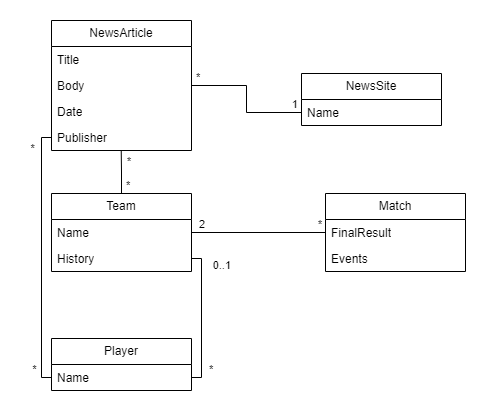
The draw.io diagram docs/model.png in afs202005277/Football-News-Search, before a commit. Source tidied: cells renumbered, new cells last; positions are measured from the earlier drawing's top-left corner, leaving out a move shared by most shapes.
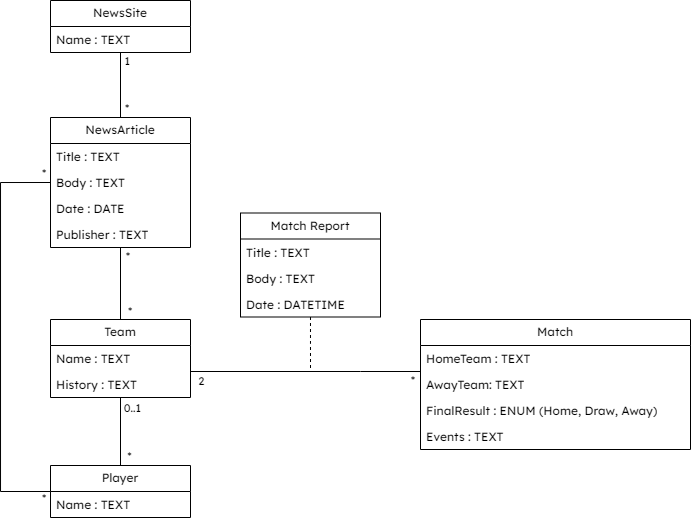
The same diagram one commit later.

Commit message:
Domain model and Pipeline fix

The edit, as a diff of the source:
```diff
@@ -2,105 +2,128 @@
   <root>
     <mxCell id="0" />
     <mxCell id="1" parent="0" />
-    <mxCell id="2" value="NewsSite" style="swimlane;fontStyle=0;horizontal=1;startSize=26;fillColor=none;whiteSpace=wrap;html=1;" parent="1" vertex="1">
-      <mxGeometry x="250" y="53" width="140" height="52" as="geometry" />
+    <mxCell id="2" value="NewsSite" style="swimlane;fontStyle=0;horizontal=1;startSize=26;fillColor=none;whiteSpace=wrap;html=1;fontFamily=Lexend;fontSource=https%3A%2F%2Ffonts.googleapis.com%2Fcss%3Ffamily%3DLexend;" parent="1" vertex="1">
+      <mxGeometry x="-40" y="-117" width="140" height="52" as="geometry" />
     </mxCell>
-    <mxCell id="3" value="Name" style="text;strokeColor=none;fillColor=none;align=left;verticalAlign=top;spacingLeft=4;spacingRight=4;overflow=hidden;points=[[0,0.5],[1,0.5]];portConstraint=eastwest;whiteSpace=wrap;html=1;" parent="2" vertex="1">
+    <mxCell id="3" value="Name : TEXT" style="text;strokeColor=none;fillColor=none;align=left;verticalAlign=top;spacingLeft=4;spacingRight=4;overflow=hidden;points=[[0,0.5],[1,0.5]];portConstraint=eastwest;whiteSpace=wrap;html=1;fontFamily=Lexend;fontSource=https%3A%2F%2Ffonts.googleapis.com%2Fcss%3Ffamily%3DLexend;" parent="2" vertex="1">
       <mxGeometry y="26" width="140" height="26" as="geometry" />
     </mxCell>
+    <mxCell id="32" style="edgeStyle=orthogonalEdgeStyle;rounded=0;jettySize=auto;html=1;entryX=0.5;entryY=1;entryDx=0;entryDy=0;endArrow=none;endFill=0;" parent="1" edge="1" source="4" target="2">
+      <mxGeometry relative="1" as="geometry" />
+    </mxCell>
+    <mxCell id="33" style="edgeStyle=orthogonalEdgeStyle;rounded=0;jettySize=auto;html=1;entryX=0.5;entryY=0;entryDx=0;entryDy=0;endArrow=none;endFill=0;" parent="1" edge="1" source="4" target="12">
+      <mxGeometry relative="1" as="geometry" />
+    </mxCell>
-    <mxCell id="4" value="NewsArticle" style="swimlane;fontStyle=0;horizontal=1;startSize=26;fillColor=none;whiteSpace=wrap;html=1;" parent="1" vertex="1">
-      <mxGeometry width="140" height="130" as="geometry" />
+    <mxCell id="4" value="NewsArticle" style="swimlane;fontStyle=0;horizontal=1;startSize=26;fillColor=none;whiteSpace=wrap;html=1;fontFamily=Lexend;fontSource=https%3A%2F%2Ffonts.googleapis.com%2Fcss%3Ffamily%3DLexend;" parent="1" vertex="1">
+      <mxGeometry x="-40" width="140" height="130" as="geometry" />
     </mxCell>
-    <mxCell id="5" value="Title" style="text;align=left;verticalAlign=top;spacingLeft=4;spacingRight=4;overflow=hidden;whiteSpace=wrap;html=1;fillColor=none;" parent="4" vertex="1">
+    <mxCell id="5" value="Title : TEXT" style="text;align=left;verticalAlign=top;spacingLeft=4;spacingRight=4;overflow=hidden;whiteSpace=wrap;html=1;fillColor=none;fontFamily=Lexend;fontSource=https%3A%2F%2Ffonts.googleapis.com%2Fcss%3Ffamily%3DLexend;" parent="4" vertex="1">
       <mxGeometry y="26" width="140" height="26" as="geometry" />
     </mxCell>
-    <mxCell id="6" value="Body" style="text;strokeColor=none;fillColor=none;align=left;verticalAlign=top;spacingLeft=4;spacingRight=4;overflow=hidden;points=[[0,0.5],[1,0.5]];portConstraint=eastwest;whiteSpace=wrap;html=1;" parent="4" vertex="1">
+    <mxCell id="6" value="Body : TEXT" style="text;strokeColor=none;fillColor=none;align=left;verticalAlign=top;spacingLeft=4;spacingRight=4;overflow=hidden;points=[[0,0.5],[1,0.5]];portConstraint=eastwest;whiteSpace=wrap;html=1;fontFamily=Lexend;fontSource=https%3A%2F%2Ffonts.googleapis.com%2Fcss%3Ffamily%3DLexend;" parent="4" vertex="1">
       <mxGeometry y="52" width="140" height="26" as="geometry" />
     </mxCell>
-    <mxCell id="7" value="Date" style="text;strokeColor=none;fillColor=none;align=left;verticalAlign=top;spacingLeft=4;spacingRight=4;overflow=hidden;whiteSpace=wrap;html=1;" parent="4" vertex="1">
+    <mxCell id="7" value="Date : DATE" style="text;strokeColor=none;fillColor=none;align=left;verticalAlign=top;spacingLeft=4;spacingRight=4;overflow=hidden;whiteSpace=wrap;html=1;fontFamily=Lexend;fontSource=https%3A%2F%2Ffonts.googleapis.com%2Fcss%3Ffamily%3DLexend;" parent="4" vertex="1">
       <mxGeometry y="78" width="140" height="26" as="geometry" />
     </mxCell>
-    <mxCell id="8" value="Publisher" style="text;strokeColor=none;fillColor=none;align=left;verticalAlign=top;spacingLeft=4;spacingRight=4;overflow=hidden;points=[[0,0.5],[1,0.5]];portConstraint=eastwest;whiteSpace=wrap;html=1;" parent="4" vertex="1">
+    <mxCell id="8" value="Publisher : TEXT" style="text;strokeColor=none;fillColor=none;align=left;verticalAlign=top;spacingLeft=4;spacingRight=4;overflow=hidden;points=[[0,0.5],[1,0.5]];portConstraint=eastwest;whiteSpace=wrap;html=1;fontFamily=Lexend;fontSource=https%3A%2F%2Ffonts.googleapis.com%2Fcss%3Ffamily%3DLexend;" parent="4" vertex="1">
       <mxGeometry y="104" width="140" height="26" as="geometry" />
     </mxCell>
-    <mxCell id="9" style="endArrow=none;html=1;edgeStyle=orthogonalEdgeStyle;rounded=0;exitX=1;exitY=0.5;exitDx=0;exitDy=0;entryX=0;entryY=0.5;entryDx=0;entryDy=0;" parent="1" edge="1" source="6" target="3">
-      <mxGeometry relative="1" as="geometry" />
-    </mxCell>
-    <mxCell id="10" value="&amp;nbsp;*" style="edgeLabel;html=1;align=left;verticalAlign=bottom;" parent="9" vertex="1">
-      <mxGeometry x="-1" relative="1" as="geometry" />
-    </mxCell>
-    <mxCell id="11" value="1&amp;nbsp;" style="edgeLabel;html=1;align=right;verticalAlign=bottom;" parent="9" vertex="1">
-      <mxGeometry x="1" relative="1" as="geometry" />
-    </mxCell>
+    <mxCell id="34" style="edgeStyle=orthogonalEdgeStyle;rounded=0;jettySize=auto;html=1;entryX=0.5;entryY=0;entryDx=0;entryDy=0;endArrow=none;endFill=0;" parent="1" edge="1" source="12" target="21">
+      <mxGeometry relative="1" as="geometry" />
+    </mxCell>
+    <mxCell id="35" style="edgeStyle=orthogonalEdgeStyle;rounded=0;jettySize=auto;html=1;endArrow=none;endFill=0;" parent="1" edge="1" source="12" target="15">
+      <mxGeometry relative="1" as="geometry">
+        <Array as="points">
+          <mxPoint x="270" y="254" />
+          <mxPoint x="270" y="254" />
+        </Array>
+      </mxGeometry>
+    </mxCell>
-    <mxCell id="12" value="Team" style="swimlane;fontStyle=0;horizontal=1;startSize=26;fillColor=none;whiteSpace=wrap;html=1;" parent="1" vertex="1">
-      <mxGeometry y="173" width="140" height="78" as="geometry" />
+    <mxCell id="12" value="Team" style="swimlane;fontStyle=0;horizontal=1;startSize=26;fillColor=none;whiteSpace=wrap;html=1;fontFamily=Lexend;fontSource=https%3A%2F%2Ffonts.googleapis.com%2Fcss%3Ffamily%3DLexend;" parent="1" vertex="1">
+      <mxGeometry x="-40" y="202" width="140" height="78" as="geometry" />
     </mxCell>
-    <mxCell id="13" value="Name" style="text;strokeColor=none;fillColor=none;align=left;verticalAlign=top;spacingLeft=4;spacingRight=4;overflow=hidden;points=[[0,0.5],[1,0.5]];portConstraint=eastwest;whiteSpace=wrap;html=1;" parent="12" vertex="1">
+    <mxCell id="13" value="Name : TEXT" style="text;strokeColor=none;fillColor=none;align=left;verticalAlign=top;spacingLeft=4;spacingRight=4;overflow=hidden;points=[[0,0.5],[1,0.5]];portConstraint=eastwest;whiteSpace=wrap;html=1;fontFamily=Lexend;fontSource=https%3A%2F%2Ffonts.googleapis.com%2Fcss%3Ffamily%3DLexend;" parent="12" vertex="1">
       <mxGeometry y="26" width="140" height="26" as="geometry" />
     </mxCell>
-    <mxCell id="14" value="History" style="text;strokeColor=none;fillColor=none;align=left;verticalAlign=top;spacingLeft=4;spacingRight=4;overflow=hidden;points=[[0,0.5],[1,0.5]];portConstraint=eastwest;whiteSpace=wrap;html=1;" parent="12" vertex="1">
+    <mxCell id="14" value="History : TEXT" style="text;strokeColor=none;fillColor=none;align=left;verticalAlign=top;spacingLeft=4;spacingRight=4;overflow=hidden;points=[[0,0.5],[1,0.5]];portConstraint=eastwest;whiteSpace=wrap;html=1;fontFamily=Lexend;fontSource=https%3A%2F%2Ffonts.googleapis.com%2Fcss%3Ffamily%3DLexend;" parent="12" vertex="1">
       <mxGeometry y="52" width="140" height="26" as="geometry" />
     </mxCell>
-    <mxCell id="15" value="Match" style="swimlane;fontStyle=0;horizontal=1;startSize=26;fillColor=none;whiteSpace=wrap;html=1;" parent="1" vertex="1">
-      <mxGeometry x="274" y="173" width="140" height="78" as="geometry" />
+    <mxCell id="15" value="Match" style="swimlane;fontStyle=0;horizontal=1;startSize=26;fillColor=none;whiteSpace=wrap;html=1;fontFamily=Lexend;fontSource=https%3A%2F%2Ffonts.googleapis.com%2Fcss%3Ffamily%3DLexend;" parent="1" vertex="1">
+      <mxGeometry x="330" y="202" width="270" height="130" as="geometry" />
     </mxCell>
+    <mxCell id="36" value="HomeTeam : TEXT" style="text;strokeColor=none;fillColor=none;align=left;verticalAlign=top;spacingLeft=4;spacingRight=4;overflow=hidden;whiteSpace=wrap;html=1;fontFamily=Lexend;fontSource=https%3A%2F%2Ffonts.googleapis.com%2Fcss%3Ffamily%3DLexend;" parent="15" vertex="1">
+      <mxGeometry y="26" width="270" height="26" as="geometry" />
+    </mxCell>
+    <mxCell id="37" value="AwayTeam: TEXT" style="text;strokeColor=none;fillColor=none;align=left;verticalAlign=top;spacingLeft=4;spacingRight=4;overflow=hidden;whiteSpace=wrap;html=1;fontFamily=Lexend;fontSource=https%3A%2F%2Ffonts.googleapis.com%2Fcss%3Ffamily%3DLexend;" parent="15" vertex="1">
+      <mxGeometry y="52" width="270" height="26" as="geometry" />
+    </mxCell>
-    <mxCell id="16" value="FinalResult" style="text;strokeColor=none;fillColor=none;align=left;verticalAlign=top;spacingLeft=4;spacingRight=4;overflow=hidden;points=[[0,0.5],[1,0.5]];portConstraint=eastwest;whiteSpace=wrap;html=1;" parent="15" vertex="1">
-      <mxGeometry y="26" width="140" height="26" as="geometry" />
+    <mxCell id="16" value="FinalResult : ENUM (Home, Draw, Away)" style="text;strokeColor=none;fillColor=none;align=left;verticalAlign=top;spacingLeft=4;spacingRight=4;overflow=hidden;points=[[0,0.5],[1,0.5]];portConstraint=eastwest;whiteSpace=wrap;html=1;fontFamily=Lexend;fontSource=https%3A%2F%2Ffonts.googleapis.com%2Fcss%3Ffamily%3DLexend;" parent="15" vertex="1">
+      <mxGeometry y="78" width="270" height="26" as="geometry" />
     </mxCell>
-    <mxCell id="17" value="Events" style="text;strokeColor=none;fillColor=none;align=left;verticalAlign=top;spacingLeft=4;spacingRight=4;overflow=hidden;whiteSpace=wrap;html=1;" parent="15" vertex="1">
-      <mxGeometry y="52" width="140" height="26" as="geometry" />
+    <mxCell id="17" value="Events : TEXT" style="text;strokeColor=none;fillColor=none;align=left;verticalAlign=top;spacingLeft=4;spacingRight=4;overflow=hidden;whiteSpace=wrap;html=1;fontFamily=Lexend;fontSource=https%3A%2F%2Ffonts.googleapis.com%2Fcss%3Ffamily%3DLexend;" parent="15" vertex="1">
+      <mxGeometry y="104" width="270" height="26" as="geometry" />
     </mxCell>
-    <mxCell id="18" style="endArrow=none;html=1;edgeStyle=orthogonalEdgeStyle;rounded=0;exitX=1;exitY=0.5;exitDx=0;exitDy=0;entryX=0;entryY=0.5;entryDx=0;entryDy=0;" parent="1" edge="1" source="13" target="16">
-      <mxGeometry relative="1" as="geometry" />
-    </mxCell>
-    <mxCell id="19" value="&amp;nbsp; 2" style="edgeLabel;html=1;align=left;verticalAlign=bottom;" parent="18" vertex="1">
-      <mxGeometry x="-1" relative="1" as="geometry" />
-    </mxCell>
-    <mxCell id="20" value="*&amp;nbsp;" style="edgeLabel;html=1;align=right;verticalAlign=bottom;" parent="18" vertex="1">
-      <mxGeometry x="1" relative="1" as="geometry" />
-    </mxCell>
+    <mxCell id="38" style="edgeStyle=orthogonalEdgeStyle;rounded=0;jettySize=auto;html=1;entryX=0;entryY=0.5;entryDx=0;entryDy=0;endArrow=none;endFill=0;" parent="1" edge="1" source="21" target="6">
+      <mxGeometry relative="1" as="geometry">
+        <Array as="points">
+          <mxPoint x="-90" y="374" />
+          <mxPoint x="-90" y="65" />
+        </Array>
+      </mxGeometry>
+    </mxCell>
-    <mxCell id="21" value="Player" style="swimlane;fontStyle=0;horizontal=1;startSize=26;fillColor=none;whiteSpace=wrap;html=1;" parent="1" vertex="1">
-      <mxGeometry y="318" width="140" height="52" as="geometry" />
+    <mxCell id="21" value="Player" style="swimlane;fontStyle=0;horizontal=1;startSize=26;fillColor=none;whiteSpace=wrap;html=1;fontFamily=Lexend;fontSource=https%3A%2F%2Ffonts.googleapis.com%2Fcss%3Ffamily%3DLexend;" parent="1" vertex="1">
+      <mxGeometry x="-40" y="348" width="140" height="52" as="geometry" />
     </mxCell>
-    <mxCell id="22" value="Name" style="text;strokeColor=none;fillColor=none;align=left;verticalAlign=top;spacingLeft=4;spacingRight=4;overflow=hidden;points=[[0,0.5],[1,0.5]];portConstraint=eastwest;whiteSpace=wrap;html=1;" parent="21" vertex="1">
+    <mxCell id="22" value="Name : TEXT" style="text;strokeColor=none;fillColor=none;align=left;verticalAlign=top;spacingLeft=4;spacingRight=4;overflow=hidden;points=[[0,0.5],[1,0.5]];portConstraint=eastwest;whiteSpace=wrap;html=1;fontFamily=Lexend;fontSource=https%3A%2F%2Ffonts.googleapis.com%2Fcss%3Ffamily%3DLexend;" parent="21" vertex="1">
       <mxGeometry y="26" width="140" height="26" as="geometry" />
     </mxCell>
-    <mxCell id="23" style="endArrow=none;html=1;edgeStyle=orthogonalEdgeStyle;rounded=0;entryX=1;entryY=0.5;entryDx=0;entryDy=0;exitX=1;exitY=0.5;exitDx=0;exitDy=0;" parent="1" edge="1" source="22" target="14">
-      <mxGeometry relative="1" as="geometry" />
-    </mxCell>
-    <mxCell id="24" value="&amp;nbsp; *" style="edgeLabel;html=1;align=left;verticalAlign=bottom;" parent="23" vertex="1">
-      <mxGeometry x="-1" relative="1" as="geometry">
-        <mxPoint x="10" as="offset" />
-      </mxGeometry>
-    </mxCell>
+    <mxCell id="39" style="edgeStyle=orthogonalEdgeStyle;rounded=0;jettySize=auto;html=1;endArrow=none;endFill=0;dashed=1;" parent="1" edge="1" source="40">
+      <mxGeometry relative="1" as="geometry">
+        <mxPoint x="220" y="253" as="targetPoint" />
+      </mxGeometry>
+    </mxCell>
+    <mxCell id="40" value="Match Report" style="swimlane;fontStyle=0;horizontal=1;startSize=26;fillColor=none;whiteSpace=wrap;html=1;fontFamily=Lexend;fontSource=https%3A%2F%2Ffonts.googleapis.com%2Fcss%3Ffamily%3DLexend;" parent="1" vertex="1">
+      <mxGeometry x="150" y="95.5" width="140" height="104" as="geometry" />
+    </mxCell>
+    <mxCell id="41" value="Title : TEXT" style="text;strokeColor=none;fillColor=none;align=left;verticalAlign=top;spacingLeft=4;spacingRight=4;overflow=hidden;whiteSpace=wrap;html=1;fontFamily=Lexend;fontSource=https%3A%2F%2Ffonts.googleapis.com%2Fcss%3Ffamily%3DLexend;" parent="40" vertex="1">
+      <mxGeometry y="26" width="140" height="26" as="geometry" />
+    </mxCell>
+    <mxCell id="42" value="Body : TEXT" style="text;strokeColor=none;fillColor=none;align=left;verticalAlign=top;spacingLeft=4;spacingRight=4;overflow=hidden;whiteSpace=wrap;html=1;fontFamily=Lexend;fontSource=https%3A%2F%2Ffonts.googleapis.com%2Fcss%3Ffamily%3DLexend;" parent="40" vertex="1">
+      <mxGeometry y="52" width="140" height="26" as="geometry" />
+    </mxCell>
+    <mxCell id="43" value="Date : DATETIME" style="text;strokeColor=none;fillColor=none;align=left;verticalAlign=top;spacingLeft=4;spacingRight=4;overflow=hidden;whiteSpace=wrap;html=1;fontFamily=Lexend;fontSource=https%3A%2F%2Ffonts.googleapis.com%2Fcss%3Ffamily%3DLexend;" parent="40" vertex="1">
+      <mxGeometry y="78" width="140" height="26" as="geometry" />
+    </mxCell>
+    <mxCell id="19" value="&amp;nbsp; 2" style="edgeLabel;html=1;align=left;verticalAlign=bottom;fontFamily=Lexend;fontSource=https%3A%2F%2Ffonts.googleapis.com%2Fcss%3Ffamily%3DLexend;" parent="1" vertex="1">
+      <mxGeometry x="100" y="273" as="geometry" />
+    </mxCell>
-    <mxCell id="25" value="&amp;nbsp;0..1" style="edgeLabel;html=1;align=right;verticalAlign=bottom;" parent="23" vertex="1">
-      <mxGeometry x="1" relative="1" as="geometry">
-        <mxPoint x="40" y="15" as="offset" />
-      </mxGeometry>
+    <mxCell id="25" value="&amp;nbsp;0..1" style="edgeLabel;html=1;align=right;verticalAlign=bottom;fontFamily=Lexend;fontSource=https%3A%2F%2Ffonts.googleapis.com%2Fcss%3Ffamily%3DLexend;" parent="1" vertex="1">
+      <mxGeometry x="52" y="300" as="geometry" />
     </mxCell>
-    <mxCell id="26" style="endArrow=none;html=1;edgeStyle=orthogonalEdgeStyle;rounded=0;entryX=0;entryY=0.5;entryDx=0;entryDy=0;exitX=0;exitY=0.5;exitDx=0;exitDy=0;" parent="1" edge="1" source="22" target="8">
-      <mxGeometry relative="1" as="geometry" />
-    </mxCell>
-    <mxCell id="27" value="&amp;nbsp; &amp;nbsp;*" style="edgeLabel;html=1;align=left;verticalAlign=bottom;" parent="26" vertex="1">
-      <mxGeometry x="-1" relative="1" as="geometry">
-        <mxPoint x="-30" as="offset" />
-      </mxGeometry>
-    </mxCell>
-    <mxCell id="28" value="&amp;nbsp; &amp;nbsp;*&amp;nbsp;&amp;nbsp;" style="edgeLabel;html=1;align=right;verticalAlign=bottom;" parent="26" vertex="1">
-      <mxGeometry x="1" relative="1" as="geometry">
-        <mxPoint x="-10" y="19" as="offset" />
-      </mxGeometry>
-    </mxCell>
-    <mxCell id="29" style="endArrow=none;html=1;edgeStyle=orthogonalEdgeStyle;rounded=0;exitX=0.5;exitY=0;exitDx=0;exitDy=0;entryX=0.498;entryY=0.987;entryDx=0;entryDy=0;entryPerimeter=0;" parent="1" edge="1" source="12" target="8">
-      <mxGeometry relative="1" as="geometry" />
-    </mxCell>
-    <mxCell id="30" value="&amp;nbsp;*" style="edgeLabel;html=1;align=left;verticalAlign=bottom;" parent="29" vertex="1">
-      <mxGeometry x="-1" relative="1" as="geometry" />
-    </mxCell>
-    <mxCell id="31" value="*" style="edgeLabel;html=1;align=right;verticalAlign=bottom;" parent="29" vertex="1">
-      <mxGeometry x="1" relative="1" as="geometry">
-        <mxPoint x="10" y="20" as="offset" />
-      </mxGeometry>
-    </mxCell>
+    <mxCell id="44" value="&amp;nbsp; *" style="edgeLabel;html=1;align=left;verticalAlign=bottom;fontFamily=Lexend;fontSource=https%3A%2F%2Ffonts.googleapis.com%2Fcss%3Ffamily%3DLexend;" parent="1" vertex="1">
+      <mxGeometry x="29" y="348" as="geometry" />
+    </mxCell>
+    <mxCell id="45" value="*&amp;nbsp;" style="edgeLabel;html=1;align=right;verticalAlign=bottom;fontFamily=Lexend;fontSource=https%3A%2F%2Ffonts.googleapis.com%2Fcss%3Ffamily%3DLexend;" parent="1" vertex="1">
+      <mxGeometry x="329" y="272" as="geometry" />
+    </mxCell>
+    <mxCell id="46" value="&amp;nbsp;*" style="edgeLabel;html=1;align=left;verticalAlign=bottom;fontFamily=Lexend;fontSource=https%3A%2F%2Ffonts.googleapis.com%2Fcss%3Ffamily%3DLexend;" parent="1" vertex="1">
+      <mxGeometry x="30" as="geometry" />
+    </mxCell>
+    <mxCell id="11" value="1&amp;nbsp;" style="edgeLabel;html=1;align=right;verticalAlign=bottom;fontFamily=Lexend;fontSource=https%3A%2F%2Ffonts.googleapis.com%2Fcss%3Ffamily%3DLexend;" parent="1" vertex="1">
+      <mxGeometry x="43.3" y="-47" as="geometry" />
+    </mxCell>
+    <mxCell id="47" value="&amp;nbsp;*" style="edgeLabel;html=1;align=left;verticalAlign=bottom;fontFamily=Lexend;fontSource=https%3A%2F%2Ffonts.googleapis.com%2Fcss%3Ffamily%3DLexend;" parent="1" vertex="1">
+      <mxGeometry x="-53" y="390" as="geometry" />
+    </mxCell>
+    <mxCell id="48" value="&amp;nbsp;*" style="edgeLabel;html=1;align=left;verticalAlign=bottom;fontFamily=Lexend;fontSource=https%3A%2F%2Ffonts.googleapis.com%2Fcss%3Ffamily%3DLexend;" parent="1" vertex="1">
+      <mxGeometry x="-53" y="65" as="geometry" />
+    </mxCell>
+    <mxCell id="49" value="&amp;nbsp;*" style="edgeLabel;html=1;align=left;verticalAlign=bottom;fontFamily=Lexend;fontSource=https%3A%2F%2Ffonts.googleapis.com%2Fcss%3Ffamily%3DLexend;" parent="1" vertex="1">
+      <mxGeometry x="33.3" y="203" as="geometry" />
+    </mxCell>
+    <mxCell id="50" value="*" style="edgeLabel;html=1;align=right;verticalAlign=bottom;fontFamily=Lexend;fontSource=https%3A%2F%2Ffonts.googleapis.com%2Fcss%3Ffamily%3DLexend;" parent="1" vertex="1">
+      <mxGeometry x="41" y="147.5" as="geometry" />
+    </mxCell>
   </root>
 </mxGraphModel>
```
